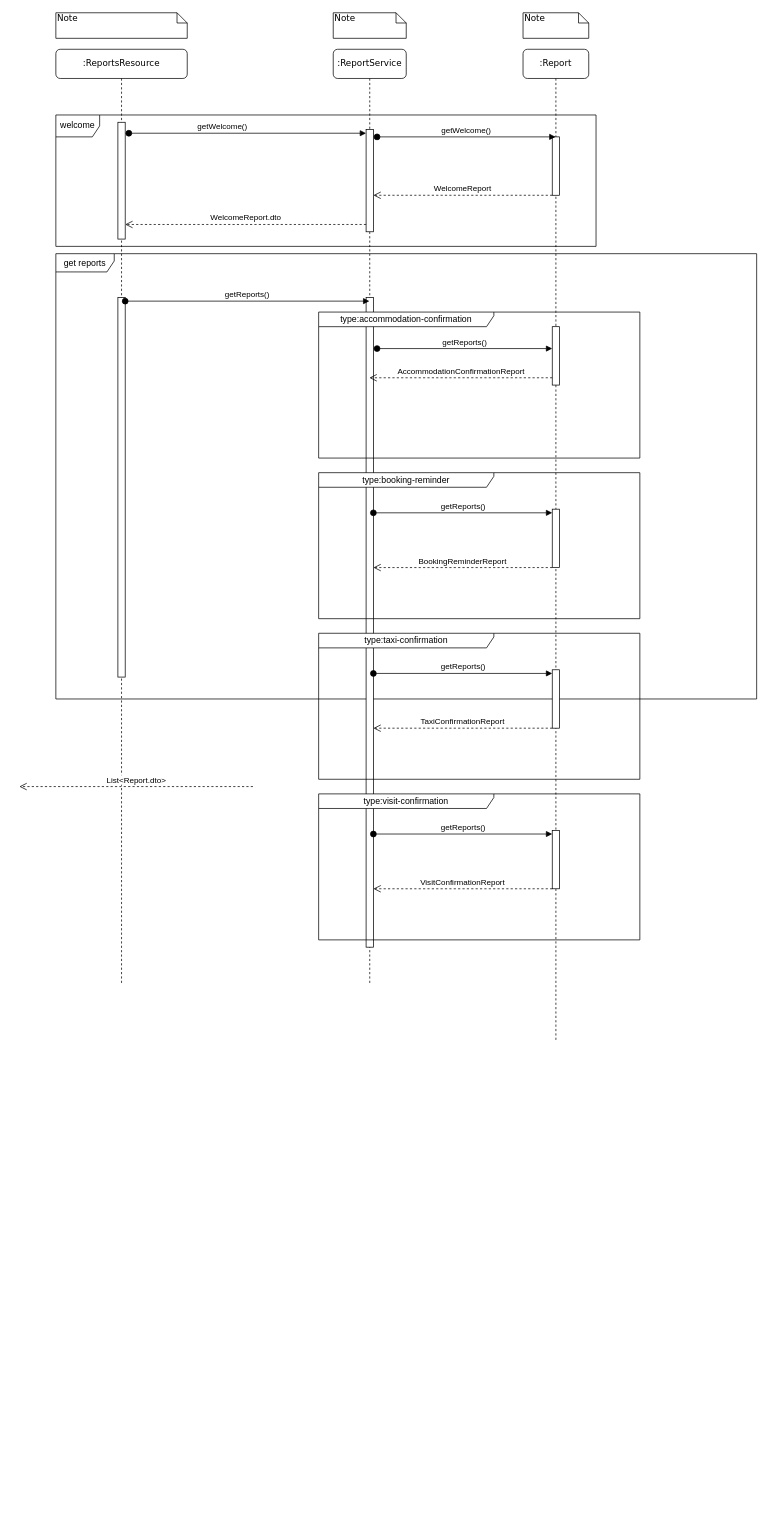
This is Document generation sequence diagram.drawio from ambolt314/FinalProjectDesign, a draw.io file, before an edit. Source tidied: cells renumbered, new cells numbered last; positions are measured from the earlier drawing's top-left corner, leaving out a move shared by most shapes. Both pictures are drawn from the tidied source at 73%, with x=0, y=0 at pixel (19, 12).
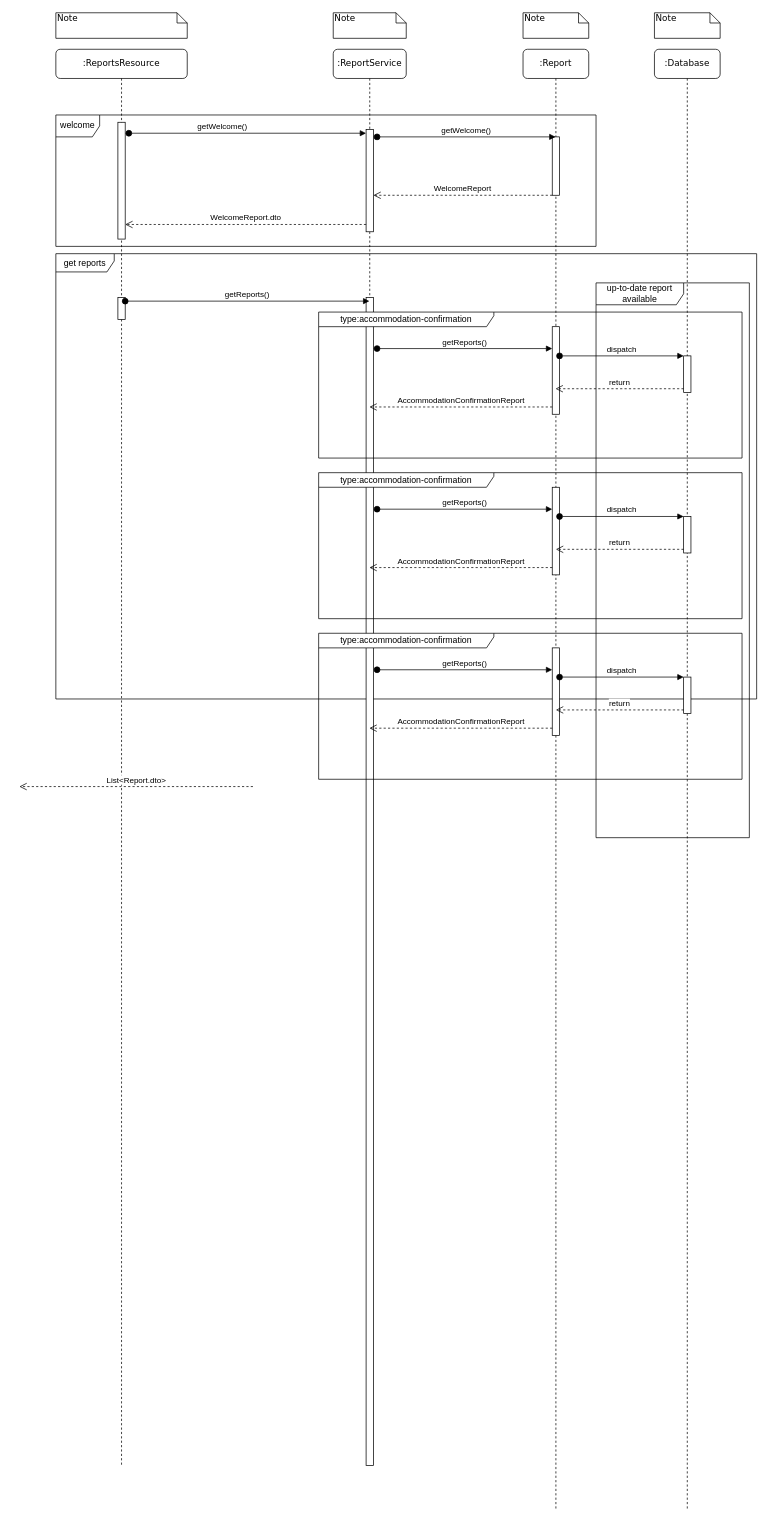
The same page after the edit.

Commit message:
Added database lookup

Diff of the diagram source:
```diff
@@
+    <mxCell id="37" value=":Database" style="shape=umlLifeline;perimeter=lifelinePerimeter;whiteSpace=wrap;html=1;rounded=1;shadow=0;comic=0;labelBackgroundColor=none;strokeWidth=1;fontFamily=Verdana;fontSize=12;align=center;" parent="1" vertex="1">
+      <mxGeometry x="870" y="50" width="90" height="2000" as="geometry" />
+    </mxCell>
+    <mxCell id="38" style="html=1;points=[[0,0,0,0,5],[0,1,0,0,-5],[1,0,0,0,5],[1,1,0,0,-5]];perimeter=orthogonalPerimeter;outlineConnect=0;targetShapes=umlLifeline;portConstraint=eastwest;newEdgeStyle={&quot;curved&quot;:0,&quot;rounded&quot;:0};" parent="37" vertex="1">
+      <mxGeometry x="40" y="420" width="10" height="50" as="geometry" />
+    </mxCell>
     <mxCell id="2" value=":ReportService" style="shape=umlLifeline;perimeter=lifelinePerimeter;whiteSpace=wrap;html=1;outlineConnect=0;rounded=1;shadow=0;comic=0;labelBackgroundColor=none;strokeWidth=1;fontFamily=Verdana;fontSize=12;align=center;" parent="1" vertex="1">
-      <mxGeometry x="430" y="50" width="100" height="1280" as="geometry" />
+      <mxGeometry x="430" y="50" width="100" height="1800" as="geometry" />
     </mxCell>
@@
     <mxCell id="4" value=":Report" style="shape=umlLifeline;perimeter=lifelinePerimeter;whiteSpace=wrap;html=1;outlineConnect=0;rounded=1;shadow=0;comic=0;labelBackgroundColor=none;strokeWidth=1;fontFamily=Verdana;fontSize=12;align=center;" parent="1" vertex="1">
-      <mxGeometry x="690" y="50" width="90" height="1360" as="geometry" />
+      <mxGeometry x="690" y="50" width="90" height="2000" as="geometry" />
     </mxCell>
     <mxCell id="5" value=":ReportsResource" style="shape=umlLifeline;perimeter=lifelinePerimeter;whiteSpace=wrap;html=1;rounded=1;shadow=0;comic=0;labelBackgroundColor=none;strokeWidth=1;fontFamily=Verdana;fontSize=12;align=center;" parent="1" vertex="1">
-      <mxGeometry x="50" y="50" width="180" height="1280" as="geometry" />
+      <mxGeometry x="50" y="50" width="180" height="1940" as="geometry" />
     </mxCell>
@@
     <mxCell id="10" style="html=1;points=[[0,0,0,0,5],[0,1,0,0,-5],[1,0,0,0,5],[1,1,0,0,-5]];perimeter=orthogonalPerimeter;outlineConnect=0;targetShapes=umlLifeline;portConstraint=eastwest;newEdgeStyle={&quot;curved&quot;:0,&quot;rounded&quot;:0};" parent="5" vertex="1">
-      <mxGeometry x="85" y="340" width="10" height="520" as="geometry" />
+      <mxGeometry x="85" y="340" width="10" height="30" as="geometry" />
     </mxCell>
     <mxCell id="11" style="html=1;points=[[0,0,0,0,5],[0,1,0,0,-5],[1,0,0,0,5],[1,1,0,0,-5]];perimeter=orthogonalPerimeter;outlineConnect=0;targetShapes=umlLifeline;portConstraint=eastwest;newEdgeStyle={&quot;curved&quot;:0,&quot;rounded&quot;:0};" parent="5" vertex="1">
-      <mxGeometry x="425" y="340" width="10" height="890" as="geometry" />
+      <mxGeometry x="425" y="340" width="10" height="1600" as="geometry" />
     </mxCell>
-    <mxCell id="12" value="type:booking-reminder" style="shape=umlFrame;whiteSpace=wrap;html=1;width=240;height=20;" parent="5" vertex="1">
-      <mxGeometry x="360" y="580" width="440" height="200" as="geometry" />
-    </mxCell>
@@
-    <mxCell id="14" value="BookingReminderReport" style="html=1;verticalAlign=bottom;endArrow=open;dashed=1;endSize=8;curved=0;rounded=0;" parent="5" edge="1" source="18" target="11">
-      <mxGeometry relative="1" as="geometry">
-        <Array as="points">
-          <mxPoint x="610" y="710" />
-        </Array>
-      </mxGeometry>
-    </mxCell>
@@
-    <mxCell id="18" style="html=1;points=[[0,0,0,0,5],[0,1,0,0,-5],[1,0,0,0,5],[1,1,0,0,-5]];perimeter=orthogonalPerimeter;outlineConnect=0;targetShapes=umlLifeline;portConstraint=eastwest;newEdgeStyle={&quot;curved&quot;:0,&quot;rounded&quot;:0};" parent="5" vertex="1">
-      <mxGeometry x="680" y="630" width="10" height="80" as="geometry" />
-    </mxCell>
-    <mxCell id="19" value="getReports()" style="html=1;verticalAlign=bottom;startArrow=oval;startFill=1;endArrow=block;startSize=8;curved=0;rounded=0;entryX=0;entryY=0;entryDx=0;entryDy=5;entryPerimeter=0;" parent="5" edge="1" source="11" target="18">
-      <mxGeometry relative="1" as="geometry" />
-    </mxCell>
-    <mxCell id="20" value="type:taxi-confirmation" style="shape=umlFrame;whiteSpace=wrap;html=1;width=240;height=20;" parent="5" vertex="1">
-      <mxGeometry x="360" y="800" width="440" height="200" as="geometry" />
-    </mxCell>
-    <mxCell id="21" value="TaxiConfirmationReport" style="html=1;verticalAlign=bottom;endArrow=open;dashed=1;endSize=8;curved=0;rounded=0;" parent="5" edge="1" source="22">
-      <mxGeometry relative="1" as="geometry">
-        <mxPoint x="435" y="930" as="targetPoint" />
-      </mxGeometry>
-    </mxCell>
-    <mxCell id="22" style="html=1;points=[[0,0,0,0,5],[0,1,0,0,-5],[1,0,0,0,5],[1,1,0,0,-5]];perimeter=orthogonalPerimeter;outlineConnect=0;targetShapes=umlLifeline;portConstraint=eastwest;newEdgeStyle={&quot;curved&quot;:0,&quot;rounded&quot;:0};" parent="5" vertex="1">
-      <mxGeometry x="680" y="850" width="10" height="80" as="geometry" />
-    </mxCell>
-    <mxCell id="23" value="getReports()" style="html=1;verticalAlign=bottom;startArrow=oval;startFill=1;endArrow=block;startSize=8;curved=0;rounded=0;entryX=0;entryY=0;entryDx=0;entryDy=5;entryPerimeter=0;" parent="5" edge="1" target="22">
-      <mxGeometry relative="1" as="geometry">
-        <mxPoint x="435" y="855" as="sourcePoint" />
-      </mxGeometry>
-    </mxCell>
-    <mxCell id="24" value="type:visit-confirmation" style="shape=umlFrame;whiteSpace=wrap;html=1;width=240;height=20;" parent="5" vertex="1">
-      <mxGeometry x="360" y="1020" width="440" height="200" as="geometry" />
-    </mxCell>
-    <mxCell id="25" value="VisitConfirmationReport" style="html=1;verticalAlign=bottom;endArrow=open;dashed=1;endSize=8;curved=0;rounded=0;" parent="5" edge="1" source="26">
-      <mxGeometry relative="1" as="geometry">
-        <mxPoint x="435" y="1150" as="targetPoint" />
-        <Array as="points">
-          <mxPoint x="610" y="1150" />
-        </Array>
-      </mxGeometry>
-    </mxCell>
-    <mxCell id="26" style="html=1;points=[[0,0,0,0,5],[0,1,0,0,-5],[1,0,0,0,5],[1,1,0,0,-5]];perimeter=orthogonalPerimeter;outlineConnect=0;targetShapes=umlLifeline;portConstraint=eastwest;newEdgeStyle={&quot;curved&quot;:0,&quot;rounded&quot;:0};" parent="5" vertex="1">
-      <mxGeometry x="680" y="1070" width="10" height="80" as="geometry" />
-    </mxCell>
-    <mxCell id="27" value="getReports()" style="html=1;verticalAlign=bottom;startArrow=oval;startFill=1;endArrow=block;startSize=8;curved=0;rounded=0;entryX=0;entryY=0;entryDx=0;entryDy=5;entryPerimeter=0;" parent="5" edge="1" target="26">
-      <mxGeometry relative="1" as="geometry">
-        <mxPoint x="435" y="1075" as="sourcePoint" />
-      </mxGeometry>
-    </mxCell>
+    <mxCell id="39" value="up-to-date report available" style="shape=umlFrame;whiteSpace=wrap;html=1;width=120;height=30;" parent="5" vertex="1">
+      <mxGeometry x="740" y="320" width="210" height="760" as="geometry" />
+    </mxCell>
+    <mxCell id="40" value="type:accommodation-confirmation" style="shape=umlFrame;whiteSpace=wrap;html=1;width=240;height=20;" parent="5" vertex="1">
+      <mxGeometry x="360" y="580" width="580" height="200" as="geometry" />
+    </mxCell>
+    <mxCell id="41" style="html=1;points=[[0,0,0,0,5],[0,1,0,0,-5],[1,0,0,0,5],[1,1,0,0,-5]];perimeter=orthogonalPerimeter;outlineConnect=0;targetShapes=umlLifeline;portConstraint=eastwest;newEdgeStyle={&quot;curved&quot;:0,&quot;rounded&quot;:0};" parent="5" vertex="1">
+      <mxGeometry x="680" y="600" width="10" height="120" as="geometry" />
+    </mxCell>
+    <mxCell id="42" value="getReports()" style="html=1;verticalAlign=bottom;startArrow=oval;startFill=1;endArrow=block;startSize=8;curved=0;rounded=0;" parent="5" edge="1" target="41">
+      <mxGeometry relative="1" as="geometry">
+        <mxPoint x="440" y="630" as="sourcePoint" />
+      </mxGeometry>
+    </mxCell>
+    <mxCell id="43" value="AccommodationConfirmationReport" style="html=1;verticalAlign=bottom;endArrow=open;dashed=1;endSize=8;curved=0;rounded=0;" parent="5" edge="1">
+      <mxGeometry relative="1" as="geometry">
+        <mxPoint x="680" y="710" as="sourcePoint" />
+        <mxPoint x="429.5" y="710" as="targetPoint" />
+      </mxGeometry>
+    </mxCell>
+    <mxCell id="44" style="html=1;points=[[0,0,0,0,5],[0,1,0,0,-5],[1,0,0,0,5],[1,1,0,0,-5]];perimeter=orthogonalPerimeter;outlineConnect=0;targetShapes=umlLifeline;portConstraint=eastwest;newEdgeStyle={&quot;curved&quot;:0,&quot;rounded&quot;:0};" parent="5" vertex="1">
+      <mxGeometry x="860" y="640" width="10" height="50" as="geometry" />
+    </mxCell>
+    <mxCell id="45" value="dispatch" style="html=1;verticalAlign=bottom;startArrow=oval;startFill=1;endArrow=block;startSize=8;curved=0;rounded=0;" parent="5" edge="1" target="44">
+      <mxGeometry relative="1" as="geometry">
+        <mxPoint x="690" y="640" as="sourcePoint" />
+      </mxGeometry>
+    </mxCell>
+    <mxCell id="46" value="return" style="html=1;verticalAlign=bottom;endArrow=open;dashed=1;endSize=8;curved=0;rounded=0;exitX=0;exitY=1;exitDx=0;exitDy=-5;exitPerimeter=0;" parent="5" edge="1" source="44">
+      <mxGeometry relative="1" as="geometry">
+        <mxPoint x="685" y="685" as="targetPoint" />
+      </mxGeometry>
+    </mxCell>
+    <mxCell id="47" value="type:accommodation-confirmation" style="shape=umlFrame;whiteSpace=wrap;html=1;width=240;height=20;" parent="5" vertex="1">
+      <mxGeometry x="360" y="800" width="580" height="200" as="geometry" />
+    </mxCell>
+    <mxCell id="48" style="html=1;points=[[0,0,0,0,5],[0,1,0,0,-5],[1,0,0,0,5],[1,1,0,0,-5]];perimeter=orthogonalPerimeter;outlineConnect=0;targetShapes=umlLifeline;portConstraint=eastwest;newEdgeStyle={&quot;curved&quot;:0,&quot;rounded&quot;:0};" parent="5" vertex="1">
+      <mxGeometry x="680" y="820" width="10" height="120" as="geometry" />
+    </mxCell>
+    <mxCell id="49" value="getReports()" style="html=1;verticalAlign=bottom;startArrow=oval;startFill=1;endArrow=block;startSize=8;curved=0;rounded=0;" parent="5" edge="1" target="48">
+      <mxGeometry relative="1" as="geometry">
+        <mxPoint x="440" y="850" as="sourcePoint" />
+      </mxGeometry>
+    </mxCell>
+    <mxCell id="50" value="AccommodationConfirmationReport" style="html=1;verticalAlign=bottom;endArrow=open;dashed=1;endSize=8;curved=0;rounded=0;" parent="5" edge="1">
+      <mxGeometry relative="1" as="geometry">
+        <mxPoint x="680" y="930" as="sourcePoint" />
+        <mxPoint x="429.5" y="930" as="targetPoint" />
+      </mxGeometry>
+    </mxCell>
+    <mxCell id="51" style="html=1;points=[[0,0,0,0,5],[0,1,0,0,-5],[1,0,0,0,5],[1,1,0,0,-5]];perimeter=orthogonalPerimeter;outlineConnect=0;targetShapes=umlLifeline;portConstraint=eastwest;newEdgeStyle={&quot;curved&quot;:0,&quot;rounded&quot;:0};" parent="5" vertex="1">
+      <mxGeometry x="860" y="860" width="10" height="50" as="geometry" />
+    </mxCell>
+    <mxCell id="52" value="dispatch" style="html=1;verticalAlign=bottom;startArrow=oval;startFill=1;endArrow=block;startSize=8;curved=0;rounded=0;" parent="5" edge="1" target="51">
+      <mxGeometry relative="1" as="geometry">
+        <mxPoint x="690" y="860" as="sourcePoint" />
+      </mxGeometry>
+    </mxCell>
+    <mxCell id="53" value="return" style="html=1;verticalAlign=bottom;endArrow=open;dashed=1;endSize=8;curved=0;rounded=0;exitX=0;exitY=1;exitDx=0;exitDy=-5;exitPerimeter=0;" parent="5" edge="1" source="51">
+      <mxGeometry relative="1" as="geometry">
+        <mxPoint x="685" y="905" as="targetPoint" />
+      </mxGeometry>
+    </mxCell>
@@
     <mxCell id="33" value="type:accommodation-confirmation" style="shape=umlFrame;whiteSpace=wrap;html=1;width=240;height=20;" parent="1" vertex="1">
-      <mxGeometry x="410" y="410" width="440" height="200" as="geometry" />
+      <mxGeometry x="410" y="410" width="580" height="200" as="geometry" />
     </mxCell>
     <mxCell id="34" style="html=1;points=[[0,0,0,0,5],[0,1,0,0,-5],[1,0,0,0,5],[1,1,0,0,-5]];perimeter=orthogonalPerimeter;outlineConnect=0;targetShapes=umlLifeline;portConstraint=eastwest;newEdgeStyle={&quot;curved&quot;:0,&quot;rounded&quot;:0};" parent="1" vertex="1">
-      <mxGeometry x="730" y="430" width="10" height="80" as="geometry" />
+      <mxGeometry x="730" y="430" width="10" height="120" as="geometry" />
     </mxCell>
@@
-    <mxCell id="36" value="AccommodationConfirmationReport" style="html=1;verticalAlign=bottom;endArrow=open;dashed=1;endSize=8;curved=0;rounded=0;" parent="1" edge="1" target="2">
+    <mxCell id="36" value="AccommodationConfirmationReport" style="html=1;verticalAlign=bottom;endArrow=open;dashed=1;endSize=8;curved=0;rounded=0;" parent="1" edge="1">
       <mxGeometry relative="1" as="geometry">
-        <mxPoint x="730" y="500" as="sourcePoint" />
+        <mxPoint x="730" y="540" as="sourcePoint" />
+        <mxPoint x="479.5" y="540" as="targetPoint" />
       </mxGeometry>
     </mxCell>
+    <mxCell id="54" value="dispatch" style="html=1;verticalAlign=bottom;startArrow=oval;startFill=1;endArrow=block;startSize=8;curved=0;rounded=0;" parent="1" edge="1" target="38">
+      <mxGeometry relative="1" as="geometry">
+        <mxPoint x="740" y="470" as="sourcePoint" />
+      </mxGeometry>
+    </mxCell>
+    <mxCell id="55" value="return" style="html=1;verticalAlign=bottom;endArrow=open;dashed=1;endSize=8;curved=0;rounded=0;exitX=0;exitY=1;exitDx=0;exitDy=-5;exitPerimeter=0;" parent="1" edge="1" source="38" target="4">
+      <mxGeometry relative="1" as="geometry" />
+    </mxCell>
+    <mxCell id="56" value="Note" style="shape=note;whiteSpace=wrap;html=1;size=14;verticalAlign=top;align=left;spacingTop=-6;rounded=0;shadow=0;comic=0;labelBackgroundColor=none;strokeWidth=1;fontFamily=Verdana;fontSize=12;" parent="1" vertex="1">
+      <mxGeometry x="870" width="90" height="35" as="geometry" />
+    </mxCell>
```
